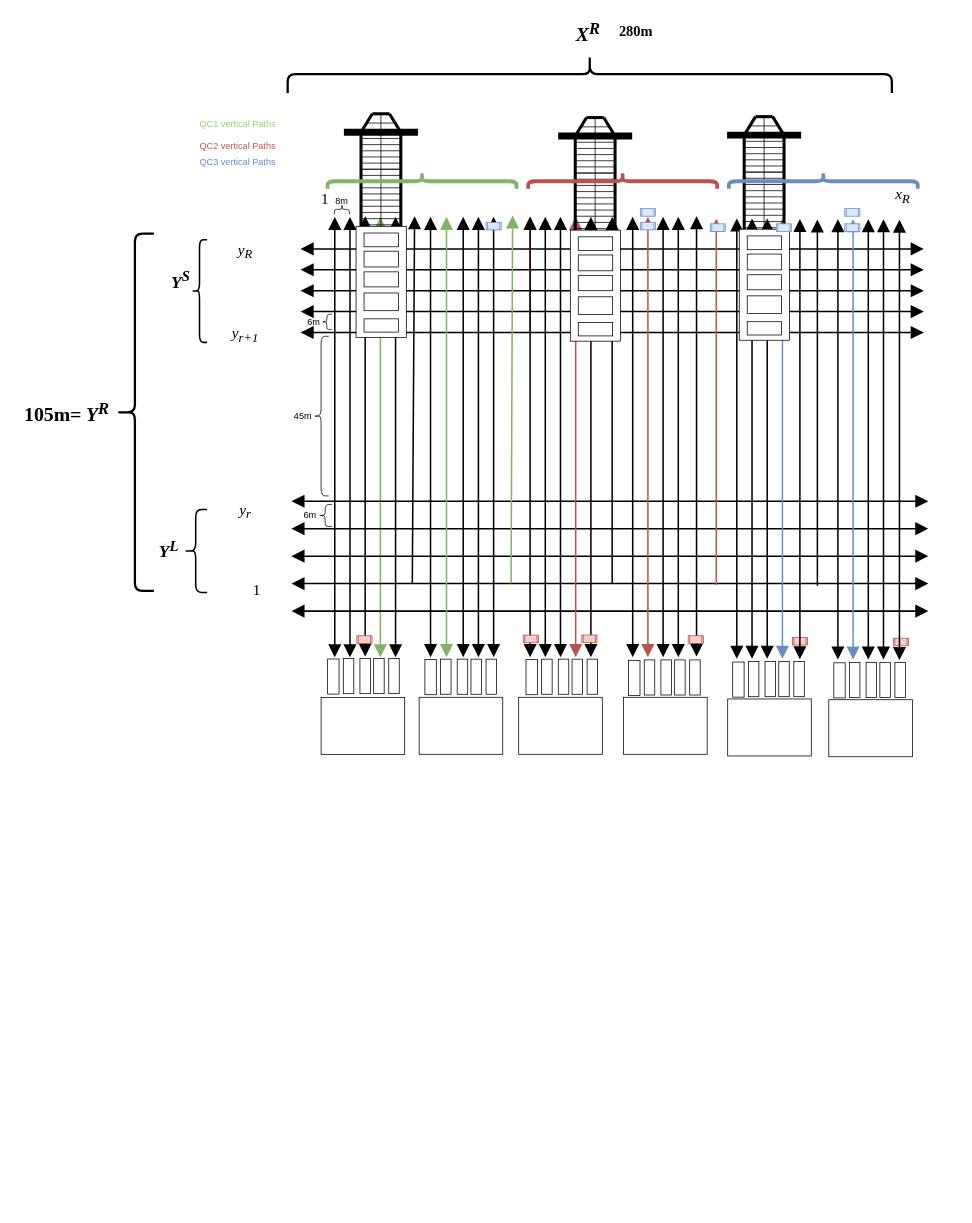
Above: Thesis/Precise_Layout2.drawio in amireza007/AGV-Project (draw.io), before the change. Source tidied: cells renumbered, new cells numbered last; positions are measured from the earlier drawing's top-left corner, leaving out a move shared by most shapes. Both pictures are drawn from the tidied source at 76%, with x=0, y=0 at pixel (-52, -229).
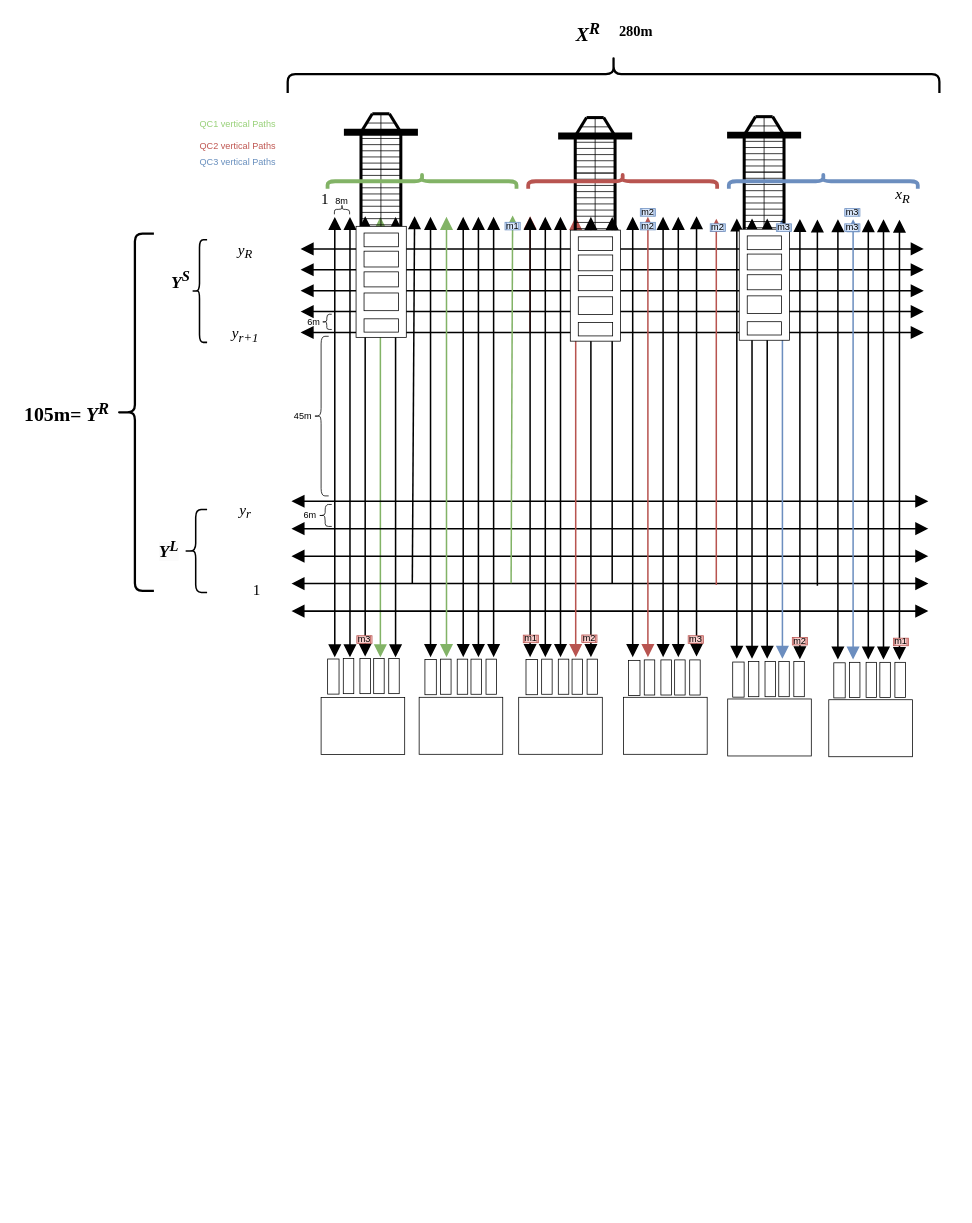
The same page after the edit.

Commit message (it also covers changes not shown here):
Precise_Layout2.drawio completed, Results not adde

The change refers to these unchanged cells:
```xml
<mxCell id="9" style="group;" parent="8" vertex="1">
  <mxGeometry x="490" y="-275" width="272" height="707.2" as="geometry" />
</mxCell>
<mxCell id="101" style="group;rotation=90;" parent="1" vertex="1">
  <mxGeometry x="290" y="853" width="1030" height="1050" as="geometry" />
</mxCell>
<mxCell id="113" style="group;" parent="1" vertex="1">
  <mxGeometry x="873" y="585.8" width="125" height="707.2" as="geometry" />
</mxCell>
<mxCell id="126" style="group;" parent="1" vertex="1">
  <mxGeometry x="1143" y="589" width="125" height="707.2" as="geometry" />
</mxCell>
<mxCell id="139" style="group;" parent="1" vertex="1">
  <mxGeometry x="1010" y="588" width="125" height="707.2" as="geometry" />
</mxCell>
```

What changed in the source:
```diff
@@
+    <mxCell id="221" style="endArrow=block;startArrow=block;html=1;rounded=0;endSize=12;strokeWidth=2;startSize=12;startFill=1;endFill=1;sourcePerimeterSpacing=17;" parent="1" edge="1">
+      <mxGeometry relative="1" as="geometry">
+        <mxPoint x="1251" y="1169" as="sourcePoint" />
+        <mxPoint x="1251" y="589.6" as="targetPoint" />
+      </mxGeometry>
+    </mxCell>
+    <mxCell id="220" style="endArrow=block;startArrow=block;html=1;rounded=0;endSize=12;strokeWidth=2;startSize=12;startFill=1;endFill=1;sourcePerimeterSpacing=17;" parent="1" edge="1">
+      <mxGeometry relative="1" as="geometry">
+        <mxPoint x="1120" y="1168" as="sourcePoint" />
+        <mxPoint x="1120" y="588.6" as="targetPoint" />
+      </mxGeometry>
+    </mxCell>
@@
-    <mxCell id="21" style="shape=process;whiteSpace=wrap;html=1;backgroundOutline=1;fillColor=#f8cecc;strokeColor=#b85450;" parent="9" vertex="1">
+    <mxCell id="21" value="m3" style="shape=process;whiteSpace=wrap;html=1;backgroundOutline=1;fillColor=#f8cecc;strokeColor=#b85450;" parent="9" vertex="1">
       <mxGeometry x="47" y="551" width="20" height="10" as="geometry" />
     </mxCell>
@@
     <mxCell id="58" style="shape=curlyBracket;whiteSpace=wrap;html=1;rounded=1;labelPosition=left;verticalLabelPosition=middle;align=right;verticalAlign=middle;rotation=90;strokeWidth=3;" parent="1" vertex="1">
-      <mxGeometry x="818.5" y="0.5" width="50" height="795" as="geometry" />
+      <mxGeometry x="849.8" y="-30.8" width="50" height="857.5" as="geometry" />
     </mxCell>
@@
-    <mxCell id="96" style="shape=process;whiteSpace=wrap;html=1;backgroundOutline=1;fillColor=#dae8fc;strokeColor=#6c8ebf;" parent="1" vertex="1">
-      <mxGeometry x="707" y="593" width="20" height="10" as="geometry" />
+    <mxCell id="96" value="m1" style="shape=process;whiteSpace=wrap;html=1;backgroundOutline=1;fillColor=#dae8fc;strokeColor=#6c8ebf;" parent="1" vertex="1">
+      <mxGeometry x="732" y="593" width="20" height="10" as="geometry" />
     </mxCell>
@@
-    <mxCell id="110" style="shape=process;whiteSpace=wrap;html=1;backgroundOutline=1;fillColor=#f8cecc;strokeColor=#b85450;" parent="101" vertex="1">
+    <mxCell id="110" value="m1" style="shape=process;whiteSpace=wrap;html=1;backgroundOutline=1;fillColor=#f8cecc;strokeColor=#b85450;" parent="101" vertex="1">
       <mxGeometry x="466" y="283.2" width="20" height="10" as="geometry" />
     </mxCell>
@@
-    <mxCell id="112" style="shape=process;whiteSpace=wrap;html=1;backgroundOutline=1;fillColor=#f8cecc;strokeColor=#b85450;" parent="101" vertex="1">
+    <mxCell id="112" value="m2" style="shape=process;whiteSpace=wrap;html=1;backgroundOutline=1;fillColor=#f8cecc;strokeColor=#b85450;" parent="101" vertex="1">
       <mxGeometry x="543" y="283" width="20" height="10" as="geometry" />
     </mxCell>
@@
-    <mxCell id="120" style="shape=process;whiteSpace=wrap;html=1;backgroundOutline=1;fillColor=#f8cecc;strokeColor=#b85450;" parent="113" vertex="1">
+    <mxCell id="120" value="m3" style="shape=process;whiteSpace=wrap;html=1;backgroundOutline=1;fillColor=#f8cecc;strokeColor=#b85450;" parent="113" vertex="1">
       <mxGeometry x="100" y="551.2" width="20" height="10" as="geometry" />
     </mxCell>
@@
-    <mxCell id="133" style="shape=process;whiteSpace=wrap;html=1;backgroundOutline=1;fillColor=#f8cecc;strokeColor=#b85450;" parent="126" vertex="1">
+    <mxCell id="133" value="m1" style="shape=process;whiteSpace=wrap;html=1;backgroundOutline=1;fillColor=#f8cecc;strokeColor=#b85450;" parent="126" vertex="1">
       <mxGeometry x="100" y="551.2" width="20" height="10" as="geometry" />
     </mxCell>
@@
-    <mxCell id="146" style="shape=process;whiteSpace=wrap;html=1;backgroundOutline=1;fillColor=#f8cecc;strokeColor=#b85450;" parent="139" vertex="1">
-      <mxGeometry x="100" y="551.2" width="20" height="10" as="geometry" />
-    </mxCell>
@@
+    <mxCell id="146" value="m2" style="shape=process;whiteSpace=wrap;html=1;backgroundOutline=1;fillColor=#f8cecc;strokeColor=#b85450;" parent="139" vertex="1">
+      <mxGeometry x="100" y="551.2" width="20" height="10" as="geometry" />
+    </mxCell>
@@
-    <mxCell id="218" style="shape=process;whiteSpace=wrap;html=1;backgroundOutline=1;fillColor=#dae8fc;strokeColor=#6c8ebf;" parent="1" vertex="1">
+    <mxCell id="218" value="m2" style="shape=process;whiteSpace=wrap;html=1;backgroundOutline=1;fillColor=#dae8fc;strokeColor=#6c8ebf;" parent="1" vertex="1">
       <mxGeometry x="1002" y="595" width="20" height="10" as="geometry" />
     </mxCell>
-    <mxCell id="219" style="shape=process;whiteSpace=wrap;html=1;backgroundOutline=1;fillColor=#dae8fc;strokeColor=#6c8ebf;" parent="1" vertex="1">
+    <mxCell id="219" value="m2" style="shape=process;whiteSpace=wrap;html=1;backgroundOutline=1;fillColor=#dae8fc;strokeColor=#6c8ebf;" parent="1" vertex="1">
       <mxGeometry x="910" y="593" width="20" height="10" as="geometry" />
     </mxCell>
-    <mxCell id="220" style="endArrow=block;startArrow=block;html=1;rounded=0;endSize=12;strokeWidth=2;startSize=12;startFill=1;endFill=1;sourcePerimeterSpacing=17;" parent="1" edge="1">
-      <mxGeometry relative="1" as="geometry">
-        <mxPoint x="1120" y="1168" as="sourcePoint" />
-        <mxPoint x="1120" y="588.6" as="targetPoint" />
-      </mxGeometry>
-    </mxCell>
-    <mxCell id="221" style="endArrow=block;startArrow=block;html=1;rounded=0;endSize=12;strokeWidth=2;startSize=12;startFill=1;endFill=1;sourcePerimeterSpacing=17;" parent="1" edge="1">
-      <mxGeometry relative="1" as="geometry">
-        <mxPoint x="1251" y="1169" as="sourcePoint" />
-        <mxPoint x="1251" y="589.6" as="targetPoint" />
-      </mxGeometry>
-    </mxCell>
@@
-    <mxCell id="226" style="shape=process;whiteSpace=wrap;html=1;backgroundOutline=1;fillColor=#dae8fc;strokeColor=#6c8ebf;" parent="1" vertex="1">
+    <mxCell id="226" value="m2" style="shape=process;whiteSpace=wrap;html=1;backgroundOutline=1;fillColor=#dae8fc;strokeColor=#6c8ebf;" parent="1" vertex="1">
       <mxGeometry x="910" y="575" width="20" height="10" as="geometry" />
     </mxCell>
-    <mxCell id="227" style="shape=process;whiteSpace=wrap;html=1;backgroundOutline=1;fillColor=#dae8fc;strokeColor=#6c8ebf;" parent="1" vertex="1">
+    <mxCell id="227" value="m3" style="shape=process;whiteSpace=wrap;html=1;backgroundOutline=1;fillColor=#dae8fc;strokeColor=#6c8ebf;" parent="1" vertex="1">
       <mxGeometry x="1179" y="595" width="20" height="10" as="geometry" />
     </mxCell>
-    <mxCell id="228" style="shape=process;whiteSpace=wrap;html=1;backgroundOutline=1;fillColor=#dae8fc;strokeColor=#6c8ebf;" parent="1" vertex="1">
+    <mxCell id="228" value="m3" style="shape=process;whiteSpace=wrap;html=1;backgroundOutline=1;fillColor=#dae8fc;strokeColor=#6c8ebf;" parent="1" vertex="1">
       <mxGeometry x="1179" y="575" width="20" height="10" as="geometry" />
     </mxCell>
-    <mxCell id="229" style="shape=process;whiteSpace=wrap;html=1;backgroundOutline=1;fillColor=#dae8fc;strokeColor=#6c8ebf;" parent="1" vertex="1">
+    <mxCell id="229" value="m3" style="shape=process;whiteSpace=wrap;html=1;backgroundOutline=1;fillColor=#dae8fc;strokeColor=#6c8ebf;" parent="1" vertex="1">
       <mxGeometry x="1089" y="595" width="20" height="10" as="geometry" />
     </mxCell>
```
